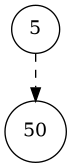
skitcc/TADS keeps this Graphviz diagram as lab_07/data/non_balanced_after_delete.dot.png. Above is the earlier version. Its source is kept beside it as lab_07/data/non_balanced_after_delete.dot. Its diagram source:
```dot
digraph Tree {
    node [shape=circle];
    "5" -> "50" [style=dashed];
}
```
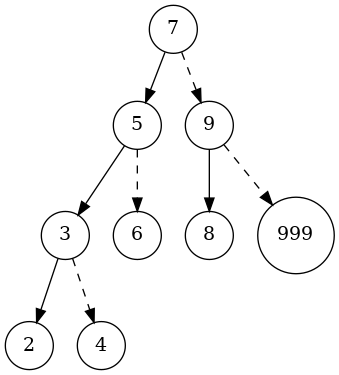
Later version of the same file.

Change to the diagram source:
```diff
@@ -1,4 +1,11 @@
 digraph Tree {
     node [shape=circle];
-    "5" -> "50" [style=dashed];
+    "7" -> "5";
+    "7" -> "9" [style=dashed];
+    "5" -> "3";
+    "5" -> "6" [style=dashed];
+    "3" -> "2";
+    "3" -> "4" [style=dashed];
+    "9" -> "8";
+    "9" -> "999" [style=dashed];
 }
```
